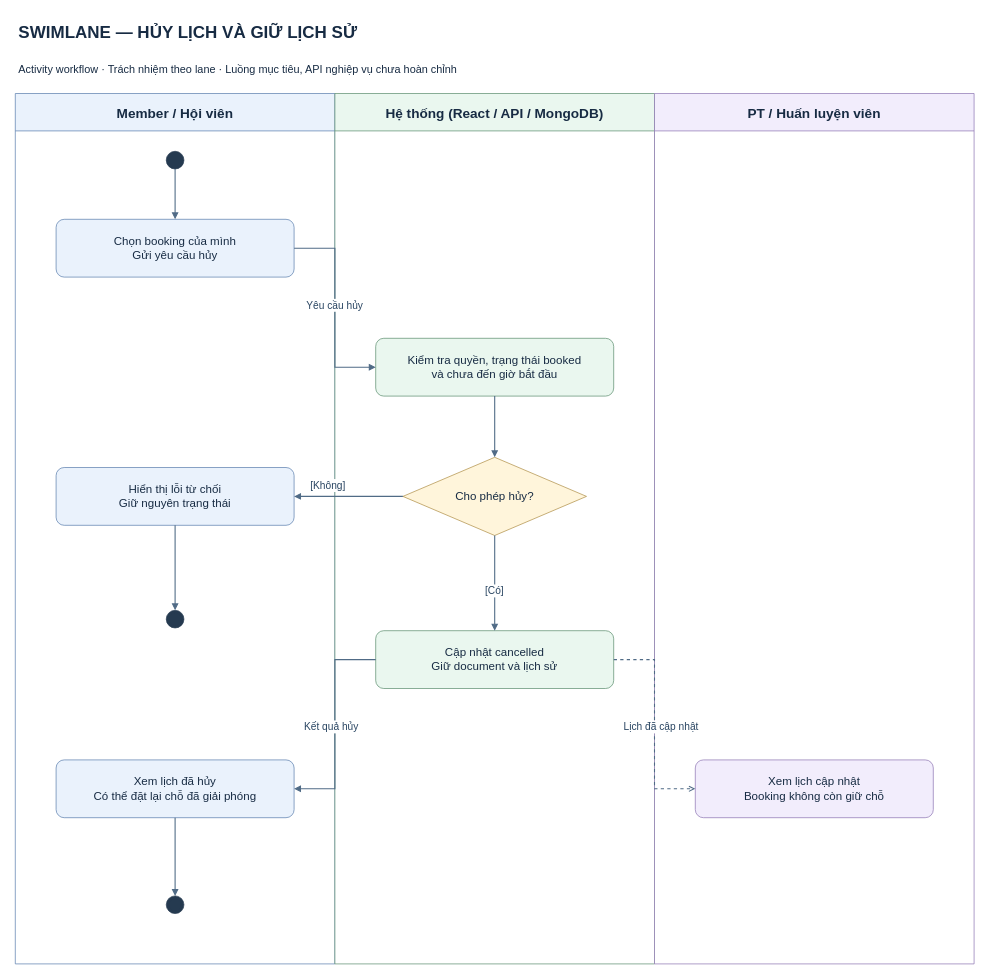
Before: docs/diagram/workflow-cancellation.drawio in Huy-Haru/ProjectSDN, a draw.io diagram. Source tidied: cells renumbered, new cells numbered last; positions are measured from the earlier drawing's top-left corner, leaving out a move shared by most shapes. Both pictures are drawn from the tidied source at 68%, with x=0, y=0 at pixel (12, 12).
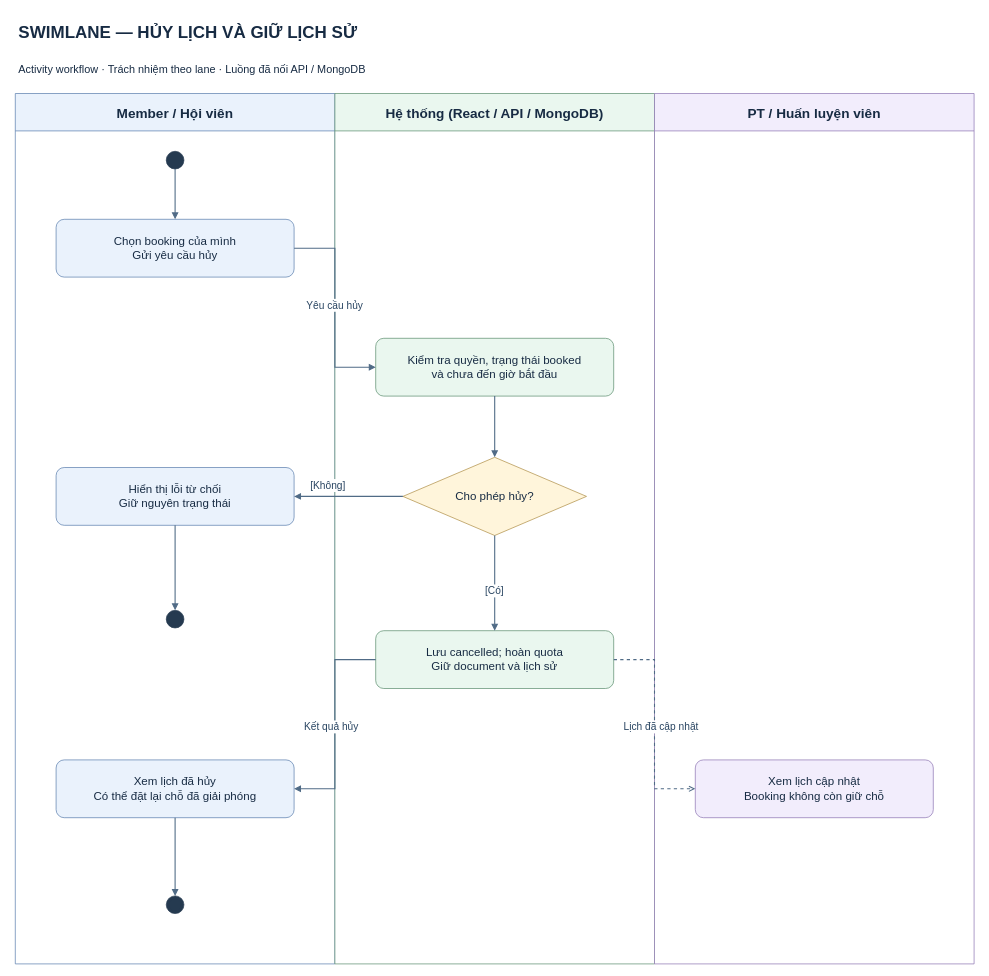
The same diagram, later.

Unchanged cells that the change refers to:
```xml
<mxCell id="5" value="Hệ thống (React / API / MongoDB)" style="html=0;whiteSpace=wrap;fontFamily=Arial;fontSize=17;fontColor=#172b43;strokeColor=#568a69;fillColor=#eaf7ef;spacing=10;shape=swimlane;horizontal=1;startSize=55;swimlaneFillColor=#ffffff;fontStyle=1;fontSize=20;" parent="1" vertex="1">
  <mxGeometry x="475" y="120" width="470" height="1280" as="geometry" />
</mxCell>
```

What changed in the source:
```diff
@@
-    <mxCell id="3" value="Activity workflow · Trách nhiệm theo lane · Luồng mục tiêu, API nghiệp vụ chưa hoàn chỉnh" style="html=0;whiteSpace=wrap;fontFamily=Arial;fontSize=16;fontColor=#172b43;strokeColor=#5479aa;fillColor=#eaf2fc;spacing=10;text;fillColor=none;strokeColor=none;align=left;verticalAlign=top;" parent="1" vertex="1">
+    <mxCell id="3" value="Activity workflow · Trách nhiệm theo lane · Luồng đã nối API / MongoDB" style="html=0;whiteSpace=wrap;fontFamily=Arial;fontSize=16;fontColor=#172b43;strokeColor=#5479aa;fillColor=#eaf2fc;spacing=10;text;fillColor=none;strokeColor=none;align=left;verticalAlign=top;" parent="1" vertex="1">
       <mxGeometry y="60" width="1420" height="45" as="geometry" />
     </mxCell>
@@
-    <mxCell id="13" value="Cập nhật cancelled&#10;Giữ document và lịch sử" style="html=0;whiteSpace=wrap;fontFamily=Arial;fontSize=17;fontColor=#172b43;strokeColor=#568a69;fillColor=#eaf7ef;spacing=10;rounded=1;arcSize=14;" parent="5" vertex="1">
+    <mxCell id="13" value="Lưu cancelled; hoàn quota&#10;Giữ document và lịch sử" style="html=0;whiteSpace=wrap;fontFamily=Arial;fontSize=17;fontColor=#172b43;strokeColor=#568a69;fillColor=#eaf7ef;spacing=10;rounded=1;arcSize=14;" parent="5" vertex="1">
       <mxGeometry x="60" y="790" width="350" height="85" as="geometry" />
     </mxCell>
```
